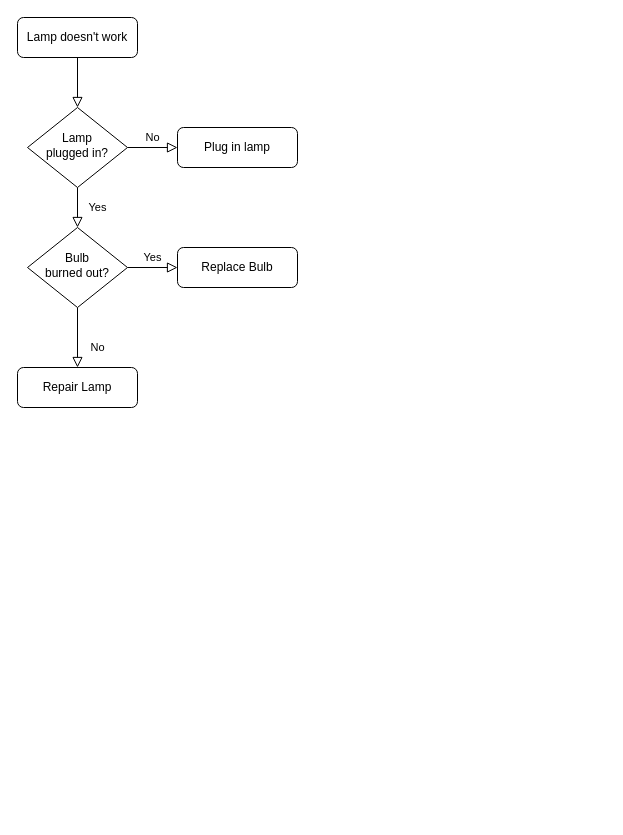
hadenting/diagrams keeps this draw.io diagram as 未命名绘图.drawio. Above is the earlier version. Source tidied: cells renumbered, new cells numbered last; positions are measured from the earlier drawing's top-left corner, leaving out a move shared by most shapes. Both pictures are drawn from the tidied source at 100%, with x=0, y=0 at pixel (17, 17).
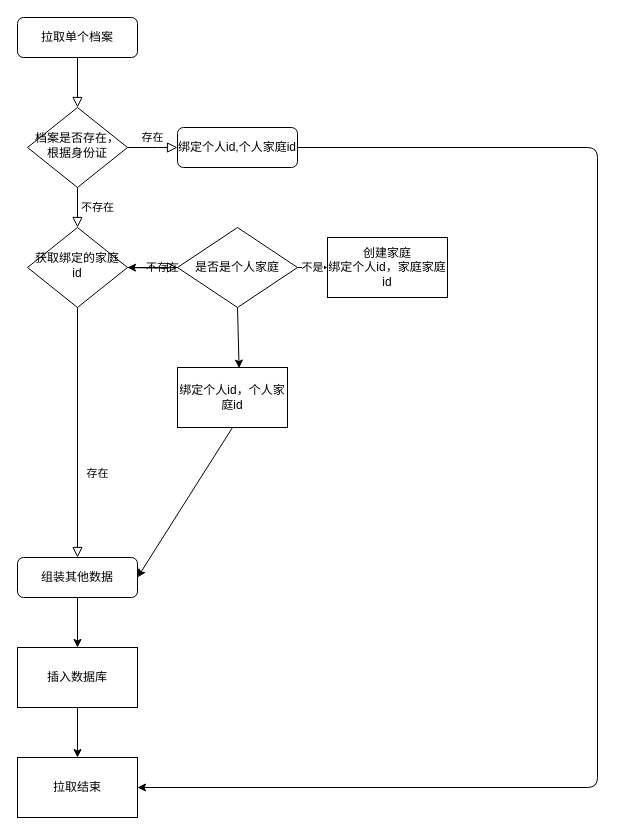
The same diagram, later.

Commit message:
江西昌江-果康-档案拉取.drawio

Change to the diagram source:
```diff
@@
-    <mxCell id="3" value="Lamp doesn't work" style="rounded=1;whiteSpace=wrap;html=1;fontSize=12;glass=0;strokeWidth=1;shadow=0;" parent="1" vertex="1">
+    <mxCell id="3" value="拉取单个档案" style="rounded=1;whiteSpace=wrap;html=1;fontSize=12;glass=0;strokeWidth=1;shadow=0;" parent="1" vertex="1">
       <mxGeometry width="120" height="40" as="geometry" />
     </mxCell>
-    <mxCell id="4" value="Yes" style="rounded=0;html=1;jettySize=auto;fontSize=11;endArrow=block;endFill=0;endSize=8;strokeWidth=1;shadow=0;labelBackgroundColor=none;edgeStyle=orthogonalEdgeStyle;" parent="1" edge="1" source="6" target="10">
+    <mxCell id="4" value="不存在" style="rounded=0;html=1;jettySize=auto;fontSize=11;endArrow=block;endFill=0;endSize=8;strokeWidth=1;shadow=0;labelBackgroundColor=none;edgeStyle=orthogonalEdgeStyle;" parent="1" edge="1" source="6" target="10">
       <mxGeometry y="20" relative="1" as="geometry" />
     </mxCell>
-    <mxCell id="5" value="No" style="edgeStyle=orthogonalEdgeStyle;rounded=0;html=1;jettySize=auto;fontSize=11;endArrow=block;endFill=0;endSize=8;strokeWidth=1;shadow=0;labelBackgroundColor=none;" parent="1" edge="1" source="6" target="7">
-      <mxGeometry y="10" relative="1" as="geometry" />
+    <mxCell id="5" value="存在" style="edgeStyle=orthogonalEdgeStyle;rounded=0;html=1;jettySize=auto;fontSize=11;endArrow=block;endFill=0;endSize=8;strokeWidth=1;shadow=0;labelBackgroundColor=none;" parent="1" edge="1" source="6" target="7">
+      <mxGeometry y="10" relative="1" as="geometry">
+        <Array as="points">
+          <mxPoint x="140" y="130" />
+          <mxPoint x="140" y="130" />
+        </Array>
+      </mxGeometry>
     </mxCell>
-    <mxCell id="6" value="Lamp&lt;br&gt;plugged in?" style="rhombus;whiteSpace=wrap;html=1;shadow=0;fontFamily=Helvetica;fontSize=12;align=center;strokeWidth=1;spacing=6;spacingTop=-4;" parent="1" vertex="1">
+    <mxCell id="6" value="档案是否存在，根据身份证" style="rhombus;whiteSpace=wrap;html=1;shadow=0;fontFamily=Helvetica;fontSize=12;align=center;strokeWidth=1;spacing=6;spacingTop=-4;" parent="1" vertex="1">
       <mxGeometry x="10" y="90" width="100" height="80" as="geometry" />
     </mxCell>
-    <mxCell id="7" value="Plug in lamp" style="rounded=1;whiteSpace=wrap;html=1;fontSize=12;glass=0;strokeWidth=1;shadow=0;" parent="1" vertex="1">
+    <mxCell id="7" value="绑定个人id,个人家庭id" style="rounded=1;whiteSpace=wrap;html=1;fontSize=12;glass=0;strokeWidth=1;shadow=0;" parent="1" vertex="1">
       <mxGeometry x="160" y="110" width="120" height="40" as="geometry" />
     </mxCell>
-    <mxCell id="8" value="No" style="rounded=0;html=1;jettySize=auto;fontSize=11;endArrow=block;endFill=0;endSize=8;strokeWidth=1;shadow=0;labelBackgroundColor=none;edgeStyle=orthogonalEdgeStyle;" parent="1" edge="1" source="10" target="11">
+    <mxCell id="8" value="存在" style="rounded=0;html=1;jettySize=auto;fontSize=11;endArrow=block;endFill=0;endSize=8;strokeWidth=1;shadow=0;labelBackgroundColor=none;edgeStyle=orthogonalEdgeStyle;" parent="1" edge="1" source="10" target="11">
       <mxGeometry x="0.33" y="20" relative="1" as="geometry" />
     </mxCell>
-    <mxCell id="9" value="Yes" style="edgeStyle=orthogonalEdgeStyle;rounded=0;html=1;jettySize=auto;fontSize=11;endArrow=block;endFill=0;endSize=8;strokeWidth=1;shadow=0;labelBackgroundColor=none;" parent="1" edge="1" source="10" target="12">
-      <mxGeometry y="10" relative="1" as="geometry" />
+    <mxCell id="9" value="不存在" style="edgeStyle=orthogonalEdgeStyle;rounded=0;html=1;jettySize=auto;fontSize=11;endArrow=block;endFill=0;endSize=8;strokeWidth=1;shadow=0;labelBackgroundColor=none;" parent="1" edge="1" source="10">
+      <mxGeometry y="10" relative="1" as="geometry">
+        <mxPoint x="160" y="250" as="targetPoint" />
+      </mxGeometry>
     </mxCell>
-    <mxCell id="10" value="Bulb&lt;br&gt;burned out?" style="rhombus;whiteSpace=wrap;html=1;shadow=0;fontFamily=Helvetica;fontSize=12;align=center;strokeWidth=1;spacing=6;spacingTop=-4;" parent="1" vertex="1">
+    <mxCell id="10" value="获取绑定的家庭id" style="rhombus;whiteSpace=wrap;html=1;shadow=0;fontFamily=Helvetica;fontSize=12;align=center;strokeWidth=1;spacing=6;spacingTop=-4;" parent="1" vertex="1">
       <mxGeometry x="10" y="210" width="100" height="80" as="geometry" />
     </mxCell>
-    <mxCell id="11" value="Repair Lamp" style="rounded=1;whiteSpace=wrap;html=1;fontSize=12;glass=0;strokeWidth=1;shadow=0;" parent="1" vertex="1">
-      <mxGeometry y="350" width="120" height="40" as="geometry" />
+    <mxCell id="11" value="组装其他数据" style="rounded=1;whiteSpace=wrap;html=1;fontSize=12;glass=0;strokeWidth=1;shadow=0;" parent="1" vertex="1">
+      <mxGeometry y="540" width="120" height="40" as="geometry" />
     </mxCell>
-    <mxCell id="12" value="Replace Bulb" style="rounded=1;whiteSpace=wrap;html=1;fontSize=12;glass=0;strokeWidth=1;shadow=0;" parent="1" vertex="1">
-      <mxGeometry x="160" y="230" width="120" height="40" as="geometry" />
-    </mxCell>
+    <mxCell id="13" style="edgeStyle=orthogonalEdgeStyle;rounded=0;jettySize=auto;html=1;" parent="1" edge="1" target="10">
+      <mxGeometry relative="1" as="geometry">
+        <mxPoint x="160" y="250" as="sourcePoint" />
+      </mxGeometry>
+    </mxCell>
+    <mxCell id="14" value="是否是个人家庭" style="rhombus;whiteSpace=wrap;html=1;" parent="1" vertex="1">
+      <mxGeometry x="160" y="210" width="120" height="80" as="geometry" />
+    </mxCell>
+    <mxCell id="15" value="创建家庭&lt;br&gt;绑定个人id，家庭家庭id" style="rounded=0;whiteSpace=wrap;html=1;" parent="1" vertex="1">
+      <mxGeometry x="310" y="220" width="120" height="60" as="geometry" />
+    </mxCell>
+    <mxCell id="16" value="不是" style="endArrow=classic;html=1;entryX=0;entryY=0.5;entryDx=0;entryDy=0;exitX=1;exitY=0.5;exitDx=0;exitDy=0;" parent="1" edge="1" source="14" target="15">
+      <mxGeometry relative="1" as="geometry" />
+    </mxCell>
+    <mxCell id="17" value="绑定个人id，个人家庭id" style="rounded=0;whiteSpace=wrap;html=1;" parent="1" vertex="1">
+      <mxGeometry x="160" y="350" width="110" height="60" as="geometry" />
+    </mxCell>
+    <mxCell id="18" style="endArrow=classic;html=1;entryX=0.56;entryY=0.01;entryDx=0;entryDy=0;entryPerimeter=0;exitX=0.5;exitY=1;exitDx=0;exitDy=0;" parent="1" edge="1" source="14" target="17">
+      <mxGeometry relative="1" as="geometry" />
+    </mxCell>
+    <mxCell id="19" value="插入数据库" style="rounded=0;whiteSpace=wrap;html=1;" parent="1" vertex="1">
+      <mxGeometry y="630" width="120" height="60" as="geometry" />
+    </mxCell>
+    <mxCell id="20" value="拉取结束" style="rounded=0;whiteSpace=wrap;html=1;" parent="1" vertex="1">
+      <mxGeometry y="740" width="120" height="60" as="geometry" />
+    </mxCell>
+    <mxCell id="21" style="endArrow=classic;html=1;edgeStyle=elbowEdgeStyle;exitX=1;exitY=0.5;exitDx=0;exitDy=0;" parent="1" edge="1" source="7" target="20">
+      <mxGeometry relative="1" as="geometry">
+        <Array as="points">
+          <mxPoint x="580" y="450" />
+        </Array>
+      </mxGeometry>
+    </mxCell>
+    <mxCell id="22" style="endArrow=classic;html=1;exitX=0.5;exitY=1;exitDx=0;exitDy=0;entryX=1;entryY=0.5;entryDx=0;entryDy=0;" parent="1" edge="1" source="17" target="11">
+      <mxGeometry relative="1" as="geometry" />
+    </mxCell>
+    <mxCell id="23" style="endArrow=classic;html=1;exitX=0.5;exitY=1;exitDx=0;exitDy=0;" parent="1" edge="1" source="11">
+      <mxGeometry relative="1" as="geometry">
+        <mxPoint x="60" y="630" as="targetPoint" />
+      </mxGeometry>
+    </mxCell>
+    <mxCell id="24" style="endArrow=classic;html=1;exitX=0.5;exitY=1;exitDx=0;exitDy=0;entryX=0.5;entryY=0;entryDx=0;entryDy=0;" parent="1" edge="1" source="19" target="20">
+      <mxGeometry relative="1" as="geometry" />
+    </mxCell>
```
